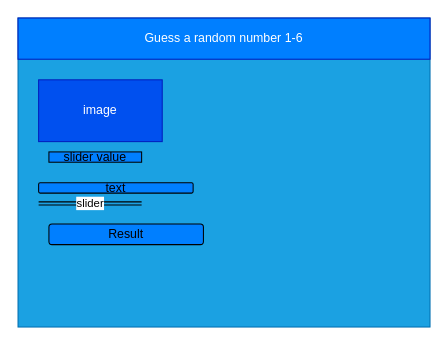
Allen-Li-hub/ICS2OR-assignment5 keeps this draw.io diagram as design/story-board.drawio. Above is the earlier version. Source tidied: cells renumbered, new cells numbered last; positions are measured from the earlier drawing's top-left corner, leaving out a move shared by most shapes. Both pictures are drawn from the tidied source at 103%, with x=0, y=0 at pixel (18, 18).
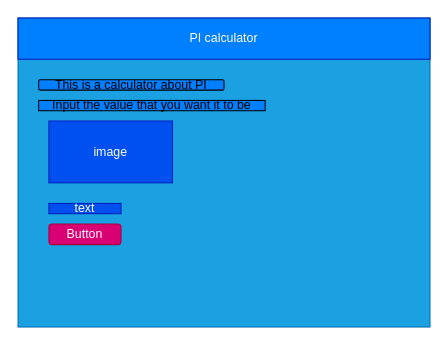
Above is the later version.

Diff of the diagram source:
```diff
@@
 <mxGraphModel>
   <root>
     <mxCell id="0" />
     <mxCell id="1" parent="0" />
     <mxCell id="2" style="rounded=0;whiteSpace=wrap;html=1;fillColor=#1ba1e2;fontColor=#ffffff;strokeColor=#006EAF;" parent="1" vertex="1">
       <mxGeometry width="400" height="300" as="geometry" />
     </mxCell>
-    <mxCell id="3" value="Guess a random number 1-6" style="rounded=0;whiteSpace=wrap;html=1;fillColor=#007FFF;fontColor=#ffffff;strokeColor=#001DBC;" parent="1" vertex="1">
+    <mxCell id="3" value="PI calculator" style="rounded=0;whiteSpace=wrap;html=1;fillColor=#007FFF;fontColor=#ffffff;strokeColor=#001DBC;" parent="1" vertex="1">
       <mxGeometry width="400" height="40" as="geometry" />
     </mxCell>
     <mxCell id="4" value="image" style="rounded=0;whiteSpace=wrap;html=1;fillColor=#0050ef;fontColor=#ffffff;strokeColor=#001DBC;" parent="1" vertex="1">
-      <mxGeometry x="20" y="60" width="120" height="60" as="geometry" />
+      <mxGeometry x="30" y="100" width="120" height="60" as="geometry" />
     </mxCell>
-    <mxCell id="5" value="slider value" style="rounded=0;whiteSpace=wrap;html=1;fillColor=#007FFF;" parent="1" vertex="1">
-      <mxGeometry x="30" y="130" width="90" height="10" as="geometry" />
+    <mxCell id="5" value="Input the value that you want it to be" style="rounded=0;whiteSpace=wrap;html=1;fillColor=#007FFF;" parent="1" vertex="1">
+      <mxGeometry x="20" y="80" width="220" height="10" as="geometry" />
     </mxCell>
-    <mxCell id="6" value="slider" style="shape=link;html=1;width=3;" parent="1" edge="1">
-      <mxGeometry relative="1" as="geometry">
-        <mxPoint x="20" y="180" as="sourcePoint" />
-        <mxPoint x="120" y="180" as="targetPoint" />
-      </mxGeometry>
-    </mxCell>
-    <mxCell id="7" value="Result" style="rounded=1;whiteSpace=wrap;html=1;fillColor=#007FFF;" parent="1" vertex="1">
-      <mxGeometry x="30" y="200" width="150" height="20" as="geometry" />
+    <mxCell id="7" value="Button" style="rounded=1;whiteSpace=wrap;html=1;fillColor=#d80073;fontColor=#ffffff;strokeColor=#A50040;" parent="1" vertex="1">
+      <mxGeometry x="30" y="200" width="70" height="20" as="geometry" />
     </mxCell>
-    <mxCell id="8" value="text" style="rounded=1;whiteSpace=wrap;html=1;fillColor=#007FFF;" parent="1" vertex="1">
-      <mxGeometry x="20" y="160" width="150" height="10" as="geometry" />
+    <mxCell id="8" value="This is a calculator about PI" style="rounded=1;whiteSpace=wrap;html=1;fillColor=#007FFF;" parent="1" vertex="1">
+      <mxGeometry x="20" y="60" width="180" height="10" as="geometry" />
     </mxCell>
+    <mxCell id="9" value="text" style="rounded=0;whiteSpace=wrap;html=1;fillColor=#0050ef;fontColor=#ffffff;strokeColor=#001DBC;" parent="1" vertex="1">
+      <mxGeometry x="30" y="180" width="70" height="10" as="geometry" />
+    </mxCell>
   </root>
 </mxGraphModel>
```
